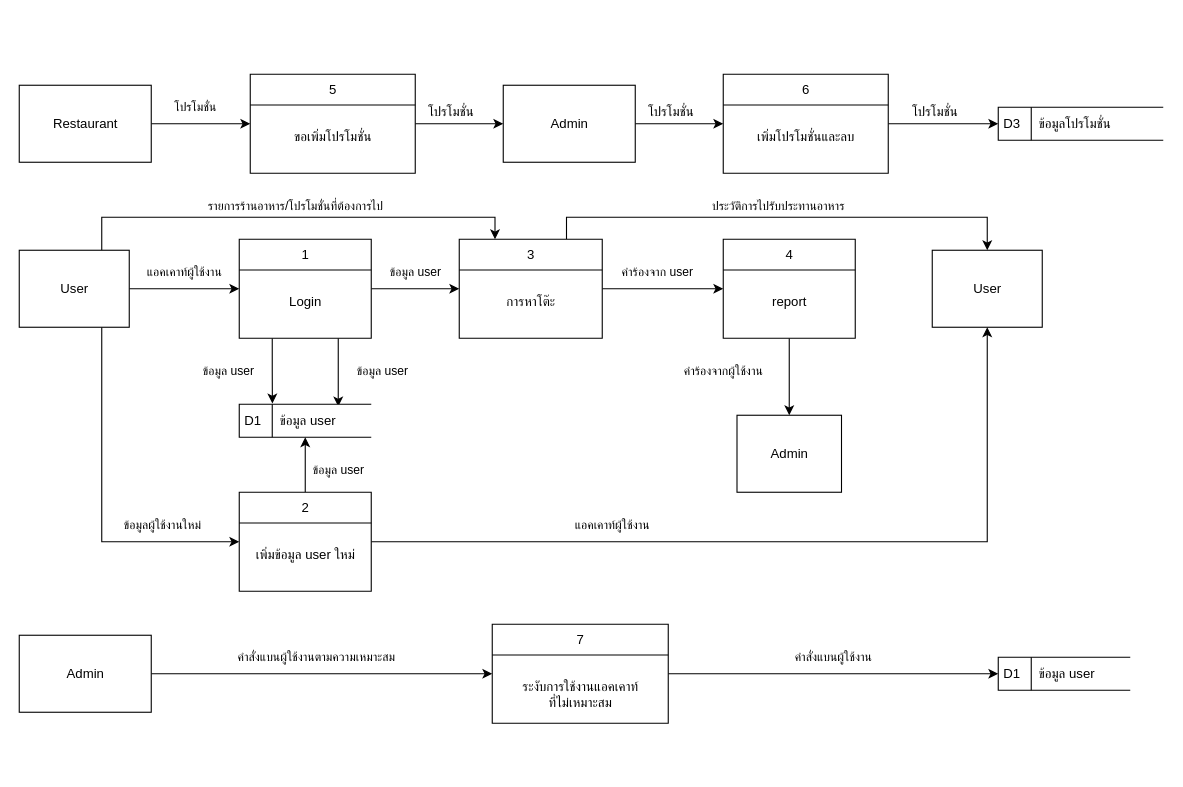
Before: page "Page-2" (2 of 4) of Buffet2gether_Doc/draw.io/dfd.drawio in Buffet2gether/buffet2gether, a draw.io diagram. Source tidied: cells renumbered, new cells numbered last; positions are measured from the earlier drawing's top-left corner, leaving out a move shared by most shapes. Both pictures are drawn from the tidied source at 110%, with x=0, y=0 at pixel (19, 74).
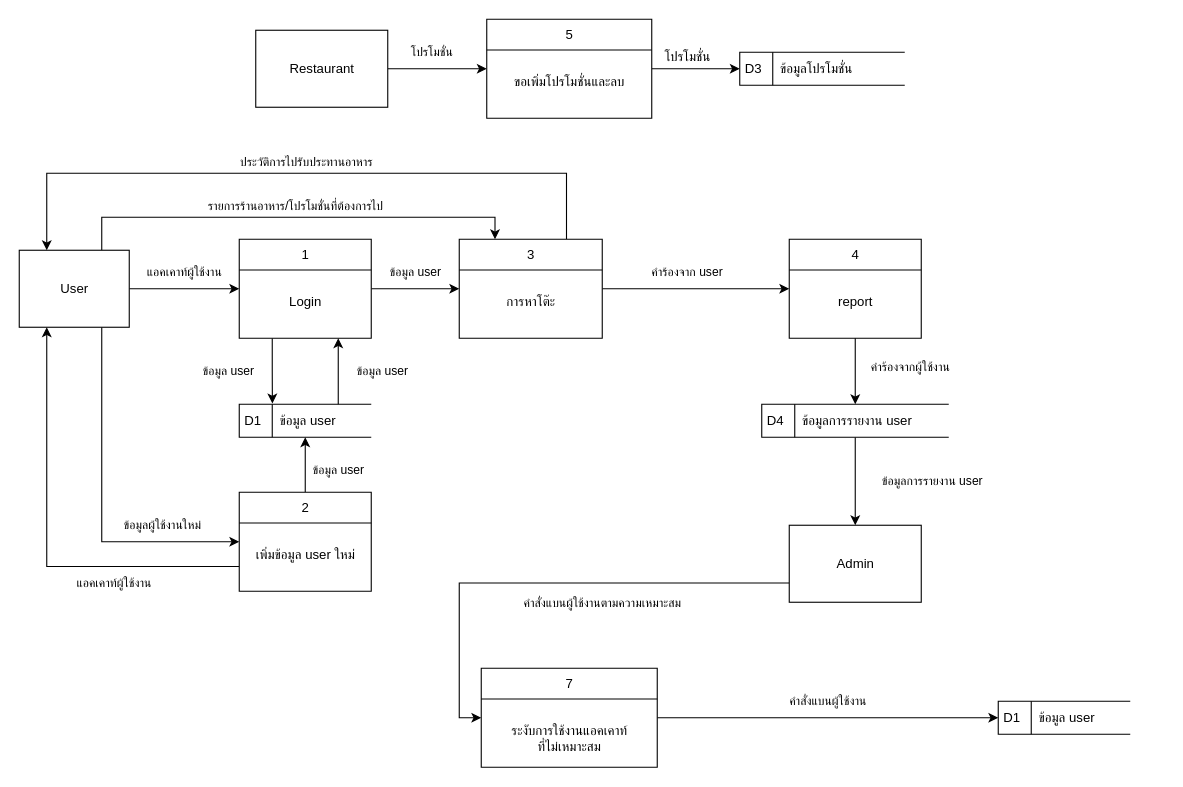
The same diagram, later.

The change refers to these unchanged cells:
```xml
<mxCell id="7" value="User" style="html=1;dashed=0;whitespace=wrap;" parent="1" vertex="1">
  <mxGeometry y="160" width="100" height="70" as="geometry" />
</mxCell>
<mxCell id="22" value="1&lt;br&gt;&lt;br&gt;&lt;br&gt;Login" style="swimlane;fontStyle=0;horizontal=1;startSize=28;fillColor=#ffffff;swimlaneFillColor=#ffffff;html=1;labelPosition=center;verticalLabelPosition=middle;align=center;verticalAlign=top;" parent="1" vertex="1">
  <mxGeometry x="200" y="150" width="120" height="90" as="geometry" />
</mxCell>
<mxCell id="25" value="3&lt;br&gt;&lt;br&gt;&lt;br&gt;การหาโต๊ะ" style="swimlane;fontStyle=0;horizontal=1;startSize=28;fillColor=#ffffff;swimlaneFillColor=#ffffff;html=1;labelPosition=center;verticalLabelPosition=middle;align=center;verticalAlign=top;" parent="1" vertex="1">
  <mxGeometry x="400" y="150" width="130" height="90" as="geometry" />
</mxCell>
<mxCell id="28" value="D1&amp;nbsp; &amp;nbsp; &amp;nbsp;ข้อมูล user" style="html=1;dashed=0;whitespace=wrap;shape=mxgraph.dfd.dataStoreID;align=left;spacingLeft=3;points=[[0,0],[0.5,0],[1,0],[0,0.5],[1,0.5],[0,1],[0.5,1],[1,1]];" parent="1" vertex="1">
  <mxGeometry x="200" y="300" width="120" height="30" as="geometry" />
</mxCell>
<mxCell id="31" value="2&lt;br&gt;&lt;br&gt;&lt;br&gt;เพิ่มข้อมูล user ใหม่" style="swimlane;fontStyle=0;horizontal=1;startSize=28;fillColor=#ffffff;swimlaneFillColor=#ffffff;html=1;labelPosition=center;verticalLabelPosition=middle;align=center;verticalAlign=top;" parent="1" vertex="1">
  <mxGeometry x="200" y="380" width="120" height="90" as="geometry" />
</mxCell>
```

Change to the diagram source:
```diff
@@
     <mxCell id="3" value="Restaurant" style="html=1;dashed=0;whitespace=wrap;" parent="1" vertex="1">
-      <mxGeometry y="10" width="120" height="70" as="geometry" />
+      <mxGeometry x="215" y="-40" width="120" height="70" as="geometry" />
     </mxCell>
@@
-    <mxCell id="8" value="คำสั่งแบนผู้ใช้งานตามความเหมาะสม" style="edgeStyle=orthogonalEdgeStyle;rounded=0;jettySize=auto;html=1;exitX=1;exitY=0.5;exitDx=0;exitDy=0;entryX=0;entryY=0.5;entryDx=0;entryDy=0;" parent="1" edge="1" source="9" target="33">
-      <mxGeometry x="-0.03" y="15" relative="1" as="geometry" />
+    <mxCell id="8" value="คำสั่งแบนผู้ใช้งานตามความเหมาะสม" style="edgeStyle=orthogonalEdgeStyle;rounded=0;jettySize=auto;html=1;exitX=0;exitY=0.75;exitDx=0;exitDy=0;entryX=0;entryY=0.5;entryDx=0;entryDy=0;" parent="1" edge="1" source="9" target="33">
+      <mxGeometry x="-0.23" y="18" relative="1" as="geometry" />
     </mxCell>
     <mxCell id="9" value="Admin" style="html=1;dashed=0;whitespace=wrap;" parent="1" vertex="1">
-      <mxGeometry y="510" width="120" height="70" as="geometry" />
+      <mxGeometry x="700" y="410" width="120" height="70" as="geometry" />
     </mxCell>
-    <mxCell id="10" style="edgeStyle=orthogonalEdgeStyle;rounded=0;jettySize=auto;html=1;exitX=1;exitY=0.5;exitDx=0;exitDy=0;entryX=0;entryY=0.5;entryDx=0;entryDy=0;" parent="1" edge="1" source="11" target="17">
-      <mxGeometry relative="1" as="geometry" />
-    </mxCell>
-    <mxCell id="11" value="Admin" style="html=1;dashed=0;whitespace=wrap;" parent="1" vertex="1">
-      <mxGeometry x="440" y="10" width="120" height="70" as="geometry" />
-    </mxCell>
-    <mxCell id="12" value="Admin" style="html=1;dashed=0;whitespace=wrap;" parent="1" vertex="1">
-      <mxGeometry x="652.5" y="310" width="95" height="70" as="geometry" />
-    </mxCell>
-    <mxCell id="13" value="User" style="html=1;dashed=0;whitespace=wrap;" parent="1" vertex="1">
-      <mxGeometry x="830" y="160" width="100" height="70" as="geometry" />
-    </mxCell>
-    <mxCell id="14" style="edgeStyle=orthogonalEdgeStyle;rounded=0;jettySize=auto;html=1;exitX=1;exitY=0.5;exitDx=0;exitDy=0;entryX=0;entryY=0.5;entryDx=0;entryDy=0;" parent="1" edge="1" source="15" target="11">
-      <mxGeometry relative="1" as="geometry" />
+    <mxCell id="14" style="edgeStyle=orthogonalEdgeStyle;rounded=0;jettySize=auto;html=1;exitX=1;exitY=0.5;exitDx=0;exitDy=0;entryX=0;entryY=0.5;entryDx=0;entryDy=0;" parent="1" edge="1" source="15">
+      <mxGeometry relative="1" as="geometry">
+        <mxPoint x="655" y="-5" as="targetPoint" />
+      </mxGeometry>
     </mxCell>
-    <mxCell id="15" value="5&lt;br&gt;&lt;br&gt;&lt;br&gt;ขอเพิ่มโปรโมชั่น" style="swimlane;fontStyle=0;horizontal=1;startSize=28;fillColor=#ffffff;swimlaneFillColor=#ffffff;html=1;labelPosition=center;verticalLabelPosition=middle;align=center;verticalAlign=top;" parent="1" vertex="1">
-      <mxGeometry x="210" width="150" height="90" as="geometry" />
-    </mxCell>
-    <mxCell id="16" style="edgeStyle=orthogonalEdgeStyle;rounded=0;jettySize=auto;html=1;exitX=1;exitY=0.5;exitDx=0;exitDy=0;entryX=0;entryY=0.5;entryDx=0;entryDy=0;" parent="1" edge="1" source="17" target="18">
-      <mxGeometry relative="1" as="geometry" />
-    </mxCell>
-    <mxCell id="17" value="6&lt;br&gt;&lt;br&gt;&lt;br&gt;เพิ่มโปรโมชั่นและลบ" style="swimlane;fontStyle=0;horizontal=1;startSize=28;fillColor=#ffffff;swimlaneFillColor=#ffffff;html=1;labelPosition=center;verticalLabelPosition=middle;align=center;verticalAlign=top;" parent="1" vertex="1">
-      <mxGeometry x="640" width="150" height="90" as="geometry" />
-    </mxCell>
     <mxCell id="18" value="D3&amp;nbsp; &amp;nbsp; &amp;nbsp;ข้อมูลโปรโมชั่น" style="html=1;dashed=0;whitespace=wrap;shape=mxgraph.dfd.dataStoreID;align=left;spacingLeft=3;points=[[0,0],[0.5,0],[1,0],[0,0.5],[1,0.5],[0,1],[0.5,1],[1,1]];" parent="1" vertex="1">
-      <mxGeometry x="890" y="30" width="150" height="30" as="geometry" />
+      <mxGeometry x="655" y="-20" width="150" height="30" as="geometry" />
     </mxCell>
@@
-    <mxCell id="21" value="ข้อมูล user" style="edgeStyle=orthogonalEdgeStyle;rounded=0;jettySize=auto;html=1;exitX=0.75;exitY=1;exitDx=0;exitDy=0;entryX=0.75;entryY=0.067;entryDx=0;entryDy=0;entryPerimeter=0;" parent="1" edge="1" source="22" target="28">
-      <mxGeometry x="-0.03" y="40" relative="1" as="geometry" />
-    </mxCell>
@@
-    <mxCell id="24" value="ประวัติการไปรับประทานอาหาร" style="edgeStyle=orthogonalEdgeStyle;rounded=0;jettySize=auto;html=1;exitX=0.75;exitY=0;exitDx=0;exitDy=0;entryX=0.5;entryY=0;entryDx=0;entryDy=0;" parent="1" edge="1" source="25" target="13">
-      <mxGeometry x="-0.02" y="10" relative="1" as="geometry" />
+    <mxCell id="24" value="ประวัติการไปรับประทานอาหาร" style="edgeStyle=orthogonalEdgeStyle;rounded=0;jettySize=auto;html=1;entryX=0.25;entryY=0;entryDx=0;entryDy=0;exitX=0.75;exitY=0;exitDx=0;exitDy=0;" parent="1" edge="1" source="25" target="7">
+      <mxGeometry x="-0.01" y="-10" relative="1" as="geometry">
+        <Array as="points">
+          <mxPoint x="498" y="90" />
+          <mxPoint x="25" y="90" />
+        </Array>
+        <mxPoint x="1" as="offset" />
+      </mxGeometry>
     </mxCell>
@@
-    <mxCell id="26" value="คำร้องจากผู้ใช้งาน" style="edgeStyle=orthogonalEdgeStyle;rounded=0;jettySize=auto;html=1;exitX=0.5;exitY=1;exitDx=0;exitDy=0;entryX=0.5;entryY=0;entryDx=0;entryDy=0;" parent="1" edge="1" source="27" target="12">
-      <mxGeometry x="-0.14" y="-60" relative="1" as="geometry" />
-    </mxCell>
-    <mxCell id="27" value="4&lt;br&gt;&lt;br&gt;&lt;br&gt;report" style="swimlane;fontStyle=0;horizontal=1;startSize=28;fillColor=#ffffff;swimlaneFillColor=#ffffff;html=1;labelPosition=center;verticalLabelPosition=middle;align=center;verticalAlign=top;" parent="1" vertex="1">
-      <mxGeometry x="640" y="150" width="120" height="90" as="geometry" />
-    </mxCell>
@@
-    <mxCell id="30" value="แอคเคาท์ผู้ใช้งาน" style="edgeStyle=orthogonalEdgeStyle;rounded=0;jettySize=auto;html=1;exitX=1;exitY=0.5;exitDx=0;exitDy=0;entryX=0.5;entryY=1;entryDx=0;entryDy=0;" parent="1" edge="1" source="31" target="13">
+    <mxCell id="30" value="แอคเคาท์ผู้ใช้งาน" style="edgeStyle=orthogonalEdgeStyle;rounded=0;jettySize=auto;html=1;exitX=0;exitY=0.75;exitDx=0;exitDy=0;entryX=0.25;entryY=1;entryDx=0;entryDy=0;" parent="1" edge="1" source="31" target="7">
       <mxGeometry x="-0.42" y="15" relative="1" as="geometry" />
     </mxCell>
@@
-    <mxCell id="33" value="7&lt;br&gt;&lt;br&gt;&lt;br&gt;ระงับการใช้งานแอคเคาท์&lt;br&gt;ที่ไม่เหมาะสม" style="swimlane;fontStyle=0;horizontal=1;startSize=28;fillColor=#ffffff;swimlaneFillColor=#ffffff;html=1;labelPosition=center;verticalLabelPosition=middle;align=center;verticalAlign=top;" parent="1" vertex="1">
-      <mxGeometry x="430" y="500" width="160" height="90" as="geometry" />
-    </mxCell>
     <mxCell id="34" value="D1&amp;nbsp; &amp;nbsp; &amp;nbsp;ข้อมูล user" style="html=1;dashed=0;whitespace=wrap;shape=mxgraph.dfd.dataStoreID;align=left;spacingLeft=3;points=[[0,0],[0.5,0],[1,0],[0,0.5],[1,0.5],[0,1],[0.5,1],[1,1]];" parent="1" vertex="1">
-      <mxGeometry x="890" y="530" width="120" height="30" as="geometry" />
+      <mxGeometry x="890" y="570" width="120" height="30" as="geometry" />
     </mxCell>
     <mxCell id="35" value="โปรโมชั่น" style="text;html=1;" parent="1" vertex="1">
-      <mxGeometry x="370" y="20" width="70" height="30" as="geometry" />
+      <mxGeometry x="585" y="-30" width="70" height="30" as="geometry" />
     </mxCell>
-    <mxCell id="36" value="โปรโมชั่น" style="text;html=1;" parent="1" vertex="1">
-      <mxGeometry x="570" y="20" width="70" height="30" as="geometry" />
-    </mxCell>
-    <mxCell id="37" value="โปรโมชั่น" style="text;html=1;" parent="1" vertex="1">
-      <mxGeometry x="810" y="20" width="70" height="30" as="geometry" />
-    </mxCell>
+    <mxCell id="21" value="ข้อมูล user" style="endArrow=classic;html=1;entryX=0.75;entryY=1;entryDx=0;entryDy=0;" parent="1" edge="1" target="22">
+      <mxGeometry y="-40" relative="1" as="geometry">
+        <mxPoint x="290" y="300" as="sourcePoint" />
+      </mxGeometry>
+    </mxCell>
+    <mxCell id="33" value="7&lt;br&gt;&lt;br&gt;&lt;br&gt;ระงับการใช้งานแอคเคาท์&lt;br&gt;ที่ไม่เหมาะสม" style="swimlane;fontStyle=0;horizontal=1;startSize=28;fillColor=#ffffff;swimlaneFillColor=#ffffff;html=1;labelPosition=center;verticalLabelPosition=middle;align=center;verticalAlign=top;" parent="1" vertex="1">
+      <mxGeometry x="420" y="540" width="160" height="90" as="geometry" />
+    </mxCell>
+    <mxCell id="27" value="4&lt;br&gt;&lt;br&gt;&lt;br&gt;report" style="swimlane;fontStyle=0;horizontal=1;startSize=28;fillColor=#ffffff;swimlaneFillColor=#ffffff;html=1;labelPosition=center;verticalLabelPosition=middle;align=center;verticalAlign=top;" parent="1" vertex="1">
+      <mxGeometry x="700" y="150" width="120" height="90" as="geometry" />
+    </mxCell>
+    <mxCell id="38" value="ข้อมูลการรายงาน user" style="edgeStyle=orthogonalEdgeStyle;rounded=0;jettySize=auto;html=1;exitX=0.5;exitY=1;exitDx=0;exitDy=0;entryX=0.5;entryY=0;entryDx=0;entryDy=0;" parent="1" edge="1" source="39" target="9">
+      <mxGeometry y="70" relative="1" as="geometry" />
+    </mxCell>
+    <mxCell id="39" value="D4&amp;nbsp; &amp;nbsp; &amp;nbsp;ข้อมูลการรายงาน user" style="html=1;dashed=0;whitespace=wrap;shape=mxgraph.dfd.dataStoreID;align=left;spacingLeft=3;points=[[0,0],[0.5,0],[1,0],[0,0.5],[1,0.5],[0,1],[0.5,1],[1,1]];" parent="1" vertex="1">
+      <mxGeometry x="675" y="300" width="170" height="30" as="geometry" />
+    </mxCell>
+    <mxCell id="26" value="คำร้องจากผู้ใช้งาน" style="edgeStyle=orthogonalEdgeStyle;rounded=0;jettySize=auto;html=1;exitX=0.5;exitY=1;exitDx=0;exitDy=0;entryX=0.5;entryY=0;entryDx=0;entryDy=0;" parent="1" edge="1" source="27" target="39">
+      <mxGeometry x="-0.14" y="50" relative="1" as="geometry" />
+    </mxCell>
+    <mxCell id="15" value="5&lt;br&gt;&lt;br&gt;&lt;br&gt;ขอเพิ่มโปรโมชั่นและลบ" style="swimlane;fontStyle=0;horizontal=1;startSize=28;fillColor=#ffffff;swimlaneFillColor=#ffffff;html=1;labelPosition=center;verticalLabelPosition=middle;align=center;verticalAlign=top;" parent="1" vertex="1">
+      <mxGeometry x="425" y="-50" width="150" height="90" as="geometry" />
+    </mxCell>
```
